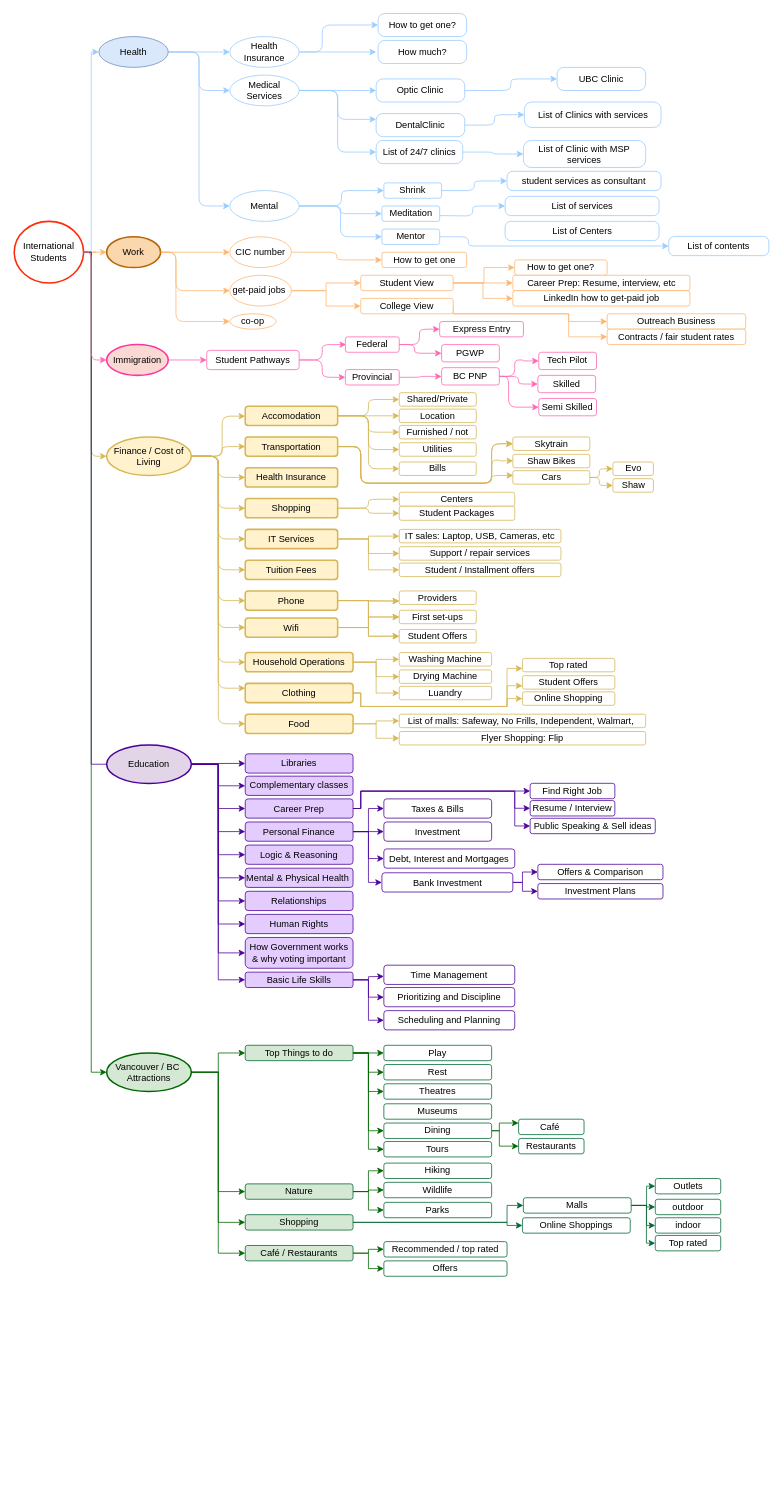
The draw.io diagram Untitled Diagram.drawio in Elaheh-sharafian/portfolio, before the edit. Source tidied: cells renumbered, new cells numbered last; positions are measured from the earlier drawing's top-left corner, leaving out a move shared by most shapes. Both pictures are drawn from the tidied source at 77%, with x=0, y=0 at pixel (14, 13).
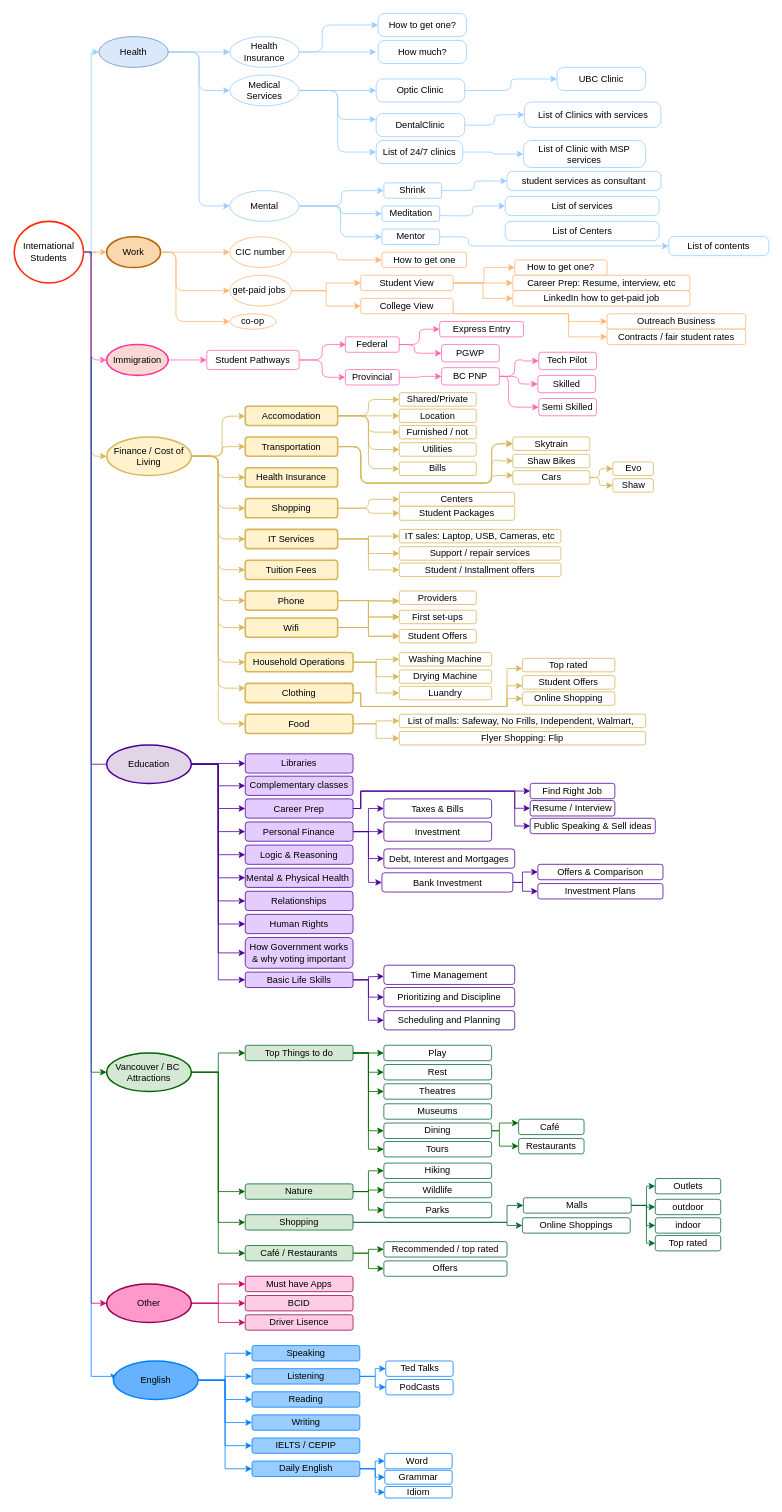
Above is the later version.

The change refers to these unchanged cells:
```xml
<mxCell id="7" value="International &lt;br&gt;Students" style="ellipse;whiteSpace=wrap;html=1;strokeWidth=2;strokeColor=#FF2B0A;" parent="1" vertex="1">
  <mxGeometry y="270" width="90" height="80" as="geometry" />
</mxCell>
```

Change to the diagram source:
```diff
@@
+    <mxCell id="259" style="edgeStyle=orthogonalEdgeStyle;rounded=0;jettySize=auto;html=1;exitX=1;exitY=0.5;exitDx=0;exitDy=0;entryX=0;entryY=0.5;entryDx=0;entryDy=0;strokeColor=#CC0066;" parent="1" edge="1" source="7" target="264">
+      <mxGeometry relative="1" as="geometry">
+        <Array as="points">
+          <mxPoint x="100" y="310" />
+          <mxPoint x="100" y="1675" />
+        </Array>
+      </mxGeometry>
+    </mxCell>
+    <mxCell id="260" style="edgeStyle=orthogonalEdgeStyle;rounded=0;jettySize=auto;html=1;exitX=1;exitY=0.5;exitDx=0;exitDy=0;entryX=0;entryY=0.5;entryDx=0;entryDy=0;strokeColor=#007FFF;" parent="1" edge="1" source="7" target="274">
+      <mxGeometry relative="1" as="geometry">
+        <Array as="points">
+          <mxPoint x="100" y="310" />
+          <mxPoint x="100" y="1770" />
+          <mxPoint x="129" y="1770" />
+        </Array>
+      </mxGeometry>
+    </mxCell>
@@
+    <mxCell id="261" style="edgeStyle=orthogonalEdgeStyle;rounded=0;jettySize=auto;html=1;exitX=1;exitY=0.5;exitDx=0;exitDy=0;entryX=0;entryY=0.5;entryDx=0;entryDy=0;strokeColor=#CC0066;" parent="1" edge="1" source="264" target="267">
+      <mxGeometry relative="1" as="geometry" />
+    </mxCell>
+    <mxCell id="262" style="edgeStyle=orthogonalEdgeStyle;rounded=0;jettySize=auto;html=1;exitX=1;exitY=0.5;exitDx=0;exitDy=0;entryX=0;entryY=0.5;entryDx=0;entryDy=0;strokeColor=#CC0066;" parent="1" edge="1" source="264" target="265">
+      <mxGeometry relative="1" as="geometry" />
+    </mxCell>
+    <mxCell id="263" style="edgeStyle=orthogonalEdgeStyle;rounded=0;jettySize=auto;html=1;exitX=1;exitY=0.5;exitDx=0;exitDy=0;entryX=0;entryY=0.5;entryDx=0;entryDy=0;strokeColor=#CC0066;" parent="1" edge="1" source="264" target="266">
+      <mxGeometry relative="1" as="geometry" />
+    </mxCell>
+    <mxCell id="264" value="Other" style="ellipse;whiteSpace=wrap;html=1;strokeWidth=2;strokeColor=#99004D;fillColor=#FF99CC;" parent="1" vertex="1">
+      <mxGeometry x="120" y="1650" width="110" height="50" as="geometry" />
+    </mxCell>
+    <mxCell id="265" value="BCID" style="whiteSpace=wrap;html=1;strokeWidth=1;rounded=1;strokeColor=#99004D;fillColor=#FFCCE6;" parent="1" vertex="1">
+      <mxGeometry x="300" y="1665" width="140" height="20" as="geometry" />
+    </mxCell>
+    <mxCell id="266" value="Driver Lisence" style="whiteSpace=wrap;html=1;strokeWidth=1;rounded=1;strokeColor=#99004D;fillColor=#FFCCE6;" parent="1" vertex="1">
+      <mxGeometry x="300" y="1690" width="140" height="20" as="geometry" />
+    </mxCell>
+    <mxCell id="267" value="Must have Apps" style="whiteSpace=wrap;html=1;strokeWidth=1;rounded=1;strokeColor=#99004D;fillColor=#FFCCE6;" parent="1" vertex="1">
+      <mxGeometry x="300" y="1640" width="140" height="20" as="geometry" />
+    </mxCell>
+    <mxCell id="268" style="edgeStyle=orthogonalEdgeStyle;rounded=0;jettySize=auto;html=1;entryX=0;entryY=0.5;entryDx=0;entryDy=0;strokeColor=#007FFF;" parent="1" edge="1" source="274" target="275">
+      <mxGeometry relative="1" as="geometry" />
+    </mxCell>
+    <mxCell id="269" style="edgeStyle=orthogonalEdgeStyle;rounded=0;jettySize=auto;html=1;entryX=0;entryY=0.5;entryDx=0;entryDy=0;strokeColor=#007FFF;" parent="1" edge="1" source="274" target="279">
+      <mxGeometry relative="1" as="geometry" />
+    </mxCell>
+    <mxCell id="270" style="edgeStyle=orthogonalEdgeStyle;rounded=0;jettySize=auto;html=1;entryX=0;entryY=0.5;entryDx=0;entryDy=0;strokeColor=#007FFF;" parent="1" edge="1" source="274" target="276">
+      <mxGeometry relative="1" as="geometry" />
+    </mxCell>
+    <mxCell id="271" style="edgeStyle=orthogonalEdgeStyle;rounded=0;jettySize=auto;html=1;exitX=1;exitY=0.5;exitDx=0;exitDy=0;entryX=0;entryY=0.5;entryDx=0;entryDy=0;strokeColor=#007FFF;" parent="1" edge="1" source="274" target="280">
+      <mxGeometry relative="1" as="geometry" />
+    </mxCell>
+    <mxCell id="272" style="edgeStyle=orthogonalEdgeStyle;rounded=0;jettySize=auto;html=1;exitX=1;exitY=0.5;exitDx=0;exitDy=0;entryX=0;entryY=0.5;entryDx=0;entryDy=0;strokeColor=#007FFF;" parent="1" edge="1" source="274" target="281">
+      <mxGeometry relative="1" as="geometry" />
+    </mxCell>
+    <mxCell id="273" style="edgeStyle=orthogonalEdgeStyle;rounded=0;jettySize=auto;html=1;entryX=0;entryY=0.5;entryDx=0;entryDy=0;strokeColor=#007FFF;" parent="1" edge="1" source="274" target="285">
+      <mxGeometry relative="1" as="geometry" />
+    </mxCell>
+    <mxCell id="274" value="English" style="ellipse;whiteSpace=wrap;html=1;strokeWidth=2;strokeColor=#007FFF;fillColor=#66B2FF;" parent="1" vertex="1">
+      <mxGeometry x="128.8" y="1750" width="110" height="50" as="geometry" />
+    </mxCell>
+    <mxCell id="275" value="Speaking" style="whiteSpace=wrap;html=1;strokeWidth=1;rounded=1;fillColor=#99CCFF;strokeColor=#007FFF;" parent="1" vertex="1">
+      <mxGeometry x="308.8" y="1730" width="140" height="20" as="geometry" />
+    </mxCell>
+    <mxCell id="276" value="Reading" style="whiteSpace=wrap;html=1;strokeWidth=1;rounded=1;fillColor=#99CCFF;strokeColor=#007FFF;" parent="1" vertex="1">
+      <mxGeometry x="308.8" y="1790" width="140" height="20" as="geometry" />
+    </mxCell>
+    <mxCell id="277" style="edgeStyle=orthogonalEdgeStyle;rounded=0;jettySize=auto;html=1;strokeColor=#007FFF;" parent="1" edge="1" source="279" target="289">
+      <mxGeometry relative="1" as="geometry" />
+    </mxCell>
+    <mxCell id="278" style="edgeStyle=orthogonalEdgeStyle;rounded=0;jettySize=auto;html=1;exitX=1;exitY=0.5;exitDx=0;exitDy=0;strokeColor=#007FFF;" parent="1" edge="1" source="279" target="290">
+      <mxGeometry relative="1" as="geometry" />
+    </mxCell>
+    <mxCell id="279" value="Listening" style="whiteSpace=wrap;html=1;strokeWidth=1;rounded=1;fillColor=#99CCFF;strokeColor=#007FFF;" parent="1" vertex="1">
+      <mxGeometry x="308.8" y="1760" width="140" height="20" as="geometry" />
+    </mxCell>
+    <mxCell id="280" value="Writing" style="whiteSpace=wrap;html=1;strokeWidth=1;rounded=1;fillColor=#99CCFF;strokeColor=#007FFF;" parent="1" vertex="1">
+      <mxGeometry x="308.8" y="1820" width="140" height="20" as="geometry" />
+    </mxCell>
+    <mxCell id="281" value="IELTS / CEPIP" style="whiteSpace=wrap;html=1;strokeWidth=1;rounded=1;fillColor=#99CCFF;strokeColor=#007FFF;" parent="1" vertex="1">
+      <mxGeometry x="308.8" y="1850" width="140" height="20" as="geometry" />
+    </mxCell>
+    <mxCell id="282" style="edgeStyle=orthogonalEdgeStyle;rounded=0;jettySize=auto;html=1;exitX=1;exitY=0.5;exitDx=0;exitDy=0;strokeColor=#007FFF;" parent="1" edge="1" source="285" target="286">
+      <mxGeometry relative="1" as="geometry" />
+    </mxCell>
+    <mxCell id="283" style="edgeStyle=orthogonalEdgeStyle;rounded=0;jettySize=auto;html=1;exitX=1;exitY=0.5;exitDx=0;exitDy=0;strokeColor=#007FFF;" parent="1" edge="1" source="285" target="287">
+      <mxGeometry relative="1" as="geometry" />
+    </mxCell>
+    <mxCell id="284" style="edgeStyle=orthogonalEdgeStyle;rounded=0;jettySize=auto;html=1;exitX=1;exitY=0.5;exitDx=0;exitDy=0;entryX=0;entryY=0.5;entryDx=0;entryDy=0;strokeColor=#007FFF;" parent="1" edge="1" source="285" target="288">
+      <mxGeometry relative="1" as="geometry">
+        <Array as="points">
+          <mxPoint x="468.8" y="1890" />
+          <mxPoint x="468.8" y="1920" />
+        </Array>
+      </mxGeometry>
+    </mxCell>
+    <mxCell id="285" value="Daily English" style="whiteSpace=wrap;html=1;strokeWidth=1;rounded=1;fillColor=#99CCFF;strokeColor=#007FFF;" parent="1" vertex="1">
+      <mxGeometry x="308.8" y="1880" width="140" height="20" as="geometry" />
+    </mxCell>
+    <mxCell id="286" value="Word&amp;nbsp;" style="whiteSpace=wrap;html=1;strokeWidth=1;rounded=1;strokeColor=#007FFF;fillColor=#FFFFFF;" parent="1" vertex="1">
+      <mxGeometry x="481.2" y="1870" width="87.5" height="20" as="geometry" />
+    </mxCell>
+    <mxCell id="287" value="Grammar" style="whiteSpace=wrap;html=1;strokeWidth=1;rounded=1;strokeColor=#007FFF;fillColor=#FFFFFF;" parent="1" vertex="1">
+      <mxGeometry x="481.2" y="1892" width="87.5" height="18" as="geometry" />
+    </mxCell>
+    <mxCell id="288" value="Idiom" style="whiteSpace=wrap;html=1;strokeWidth=1;rounded=1;strokeColor=#007FFF;fillColor=#FFFFFF;" parent="1" vertex="1">
+      <mxGeometry x="481.2" y="1913" width="87.5" height="15" as="geometry" />
+    </mxCell>
+    <mxCell id="289" value="Ted Talks" style="whiteSpace=wrap;html=1;strokeWidth=1;rounded=1;strokeColor=#007FFF;fillColor=#FFFFFF;" parent="1" vertex="1">
+      <mxGeometry x="482.5" y="1750" width="87.5" height="20" as="geometry" />
+    </mxCell>
+    <mxCell id="290" value="PodCasts" style="whiteSpace=wrap;html=1;strokeWidth=1;rounded=1;strokeColor=#007FFF;fillColor=#FFFFFF;" parent="1" vertex="1">
+      <mxGeometry x="482.5" y="1774" width="87.5" height="20" as="geometry" />
+    </mxCell>
```
